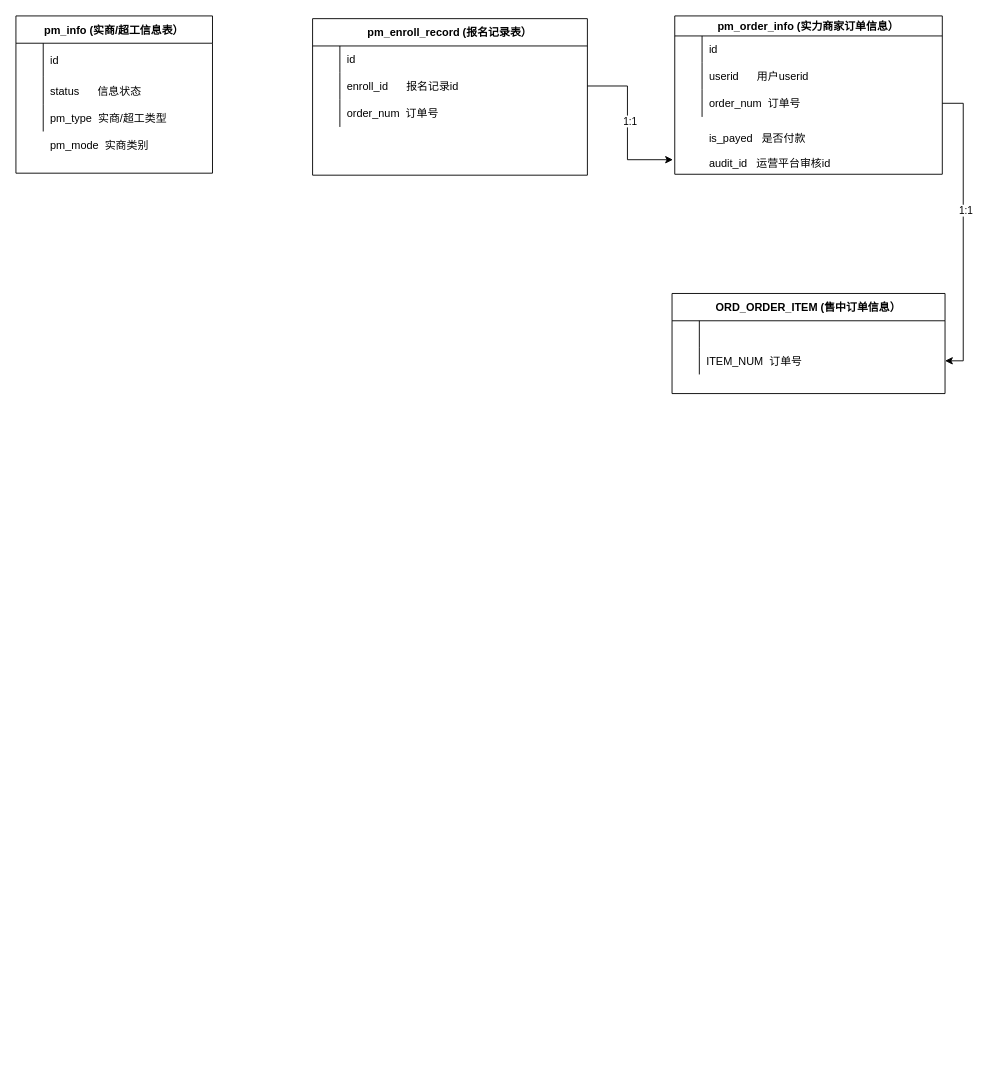
The draw.io diagram src/main/resources/超级工厂.drawio in pjmike/Java_Utils, before the edit. Source tidied: cells renumbered, new cells numbered last; positions are measured from the earlier drawing's top-left corner, leaving out a move shared by most shapes. Both pictures are drawn from the tidied source at 91%, with x=0, y=0 at pixel (15, 15).
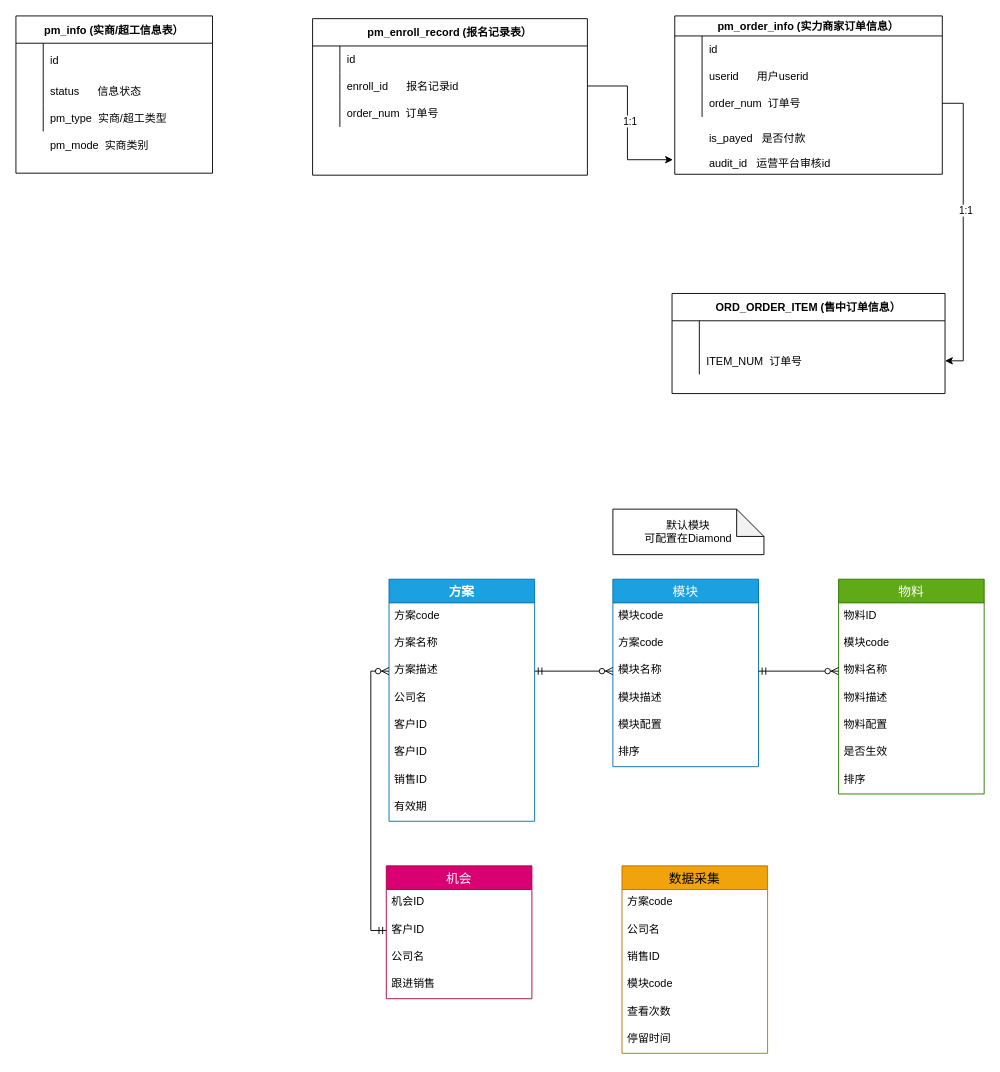
The same diagram, later.

The edit, as a diff of the source:
```diff
@@
+    <mxCell id="46" value="方案" style="swimlane;fontStyle=1;horizontal=1;startSize=26;align=center;fontSize=14;fillColor=#1ba1e2;strokeColor=#006EAF;fontColor=#ffffff;" parent="1" vertex="1">
+      <mxGeometry x="410" y="619" width="160" height="266" as="geometry" />
+    </mxCell>
+    <mxCell id="47" value="方案code" style="text;spacingLeft=4;spacingRight=4;overflow=hidden;fontSize=12;" parent="46" vertex="1">
+      <mxGeometry y="26" width="160" height="30" as="geometry" />
+    </mxCell>
+    <mxCell id="48" value="方案名称" style="text;spacingLeft=4;spacingRight=4;overflow=hidden;fontSize=12;" parent="46" vertex="1">
+      <mxGeometry y="56" width="160" height="30" as="geometry" />
+    </mxCell>
+    <mxCell id="49" value="方案描述" style="text;spacingLeft=4;spacingRight=4;overflow=hidden;points=[[0,0.5],[1,0.5]];portConstraint=eastwest;fontSize=12;" parent="46" vertex="1">
+      <mxGeometry y="86" width="160" height="30" as="geometry" />
+    </mxCell>
+    <mxCell id="50" value="公司名" style="text;spacingLeft=4;spacingRight=4;overflow=hidden;fontSize=12;" parent="46" vertex="1">
+      <mxGeometry y="116" width="160" height="30" as="geometry" />
+    </mxCell>
+    <mxCell id="51" value="客户ID" style="text;spacingLeft=4;spacingRight=4;overflow=hidden;fontSize=12;" parent="46" vertex="1">
+      <mxGeometry y="146" width="160" height="30" as="geometry" />
+    </mxCell>
+    <mxCell id="52" value="客户ID" style="text;spacingLeft=4;spacingRight=4;overflow=hidden;fontSize=12;" parent="46" vertex="1">
+      <mxGeometry y="176" width="160" height="30" as="geometry" />
+    </mxCell>
+    <mxCell id="53" value="销售ID" style="text;spacingLeft=4;spacingRight=4;overflow=hidden;fontSize=12;" parent="46" vertex="1">
+      <mxGeometry y="206" width="160" height="30" as="geometry" />
+    </mxCell>
+    <mxCell id="54" value="有效期" style="text;spacingLeft=4;spacingRight=4;overflow=hidden;fontSize=12;" parent="46" vertex="1">
+      <mxGeometry y="236" width="160" height="30" as="geometry" />
+    </mxCell>
+    <mxCell id="55" value="模块" style="swimlane;fontStyle=0;horizontal=1;startSize=26;align=center;fontSize=14;fillColor=#1ba1e2;strokeColor=#006EAF;fontColor=#ffffff;" parent="1" vertex="1">
+      <mxGeometry x="656" y="619" width="160" height="206" as="geometry" />
+    </mxCell>
+    <mxCell id="56" value="模块code" style="text;strokeColor=none;fillColor=none;spacingLeft=4;spacingRight=4;overflow=hidden;fontSize=12;" parent="55" vertex="1">
+      <mxGeometry y="26" width="160" height="30" as="geometry" />
+    </mxCell>
+    <mxCell id="57" value="方案code" style="text;strokeColor=none;fillColor=none;spacingLeft=4;spacingRight=4;overflow=hidden;fontSize=12;" parent="55" vertex="1">
+      <mxGeometry y="56" width="160" height="30" as="geometry" />
+    </mxCell>
+    <mxCell id="58" value="模块名称" style="text;strokeColor=none;fillColor=none;spacingLeft=4;spacingRight=4;overflow=hidden;points=[[0,0.5],[1,0.5]];portConstraint=eastwest;fontSize=12;" parent="55" vertex="1">
+      <mxGeometry y="86" width="160" height="30" as="geometry" />
+    </mxCell>
+    <mxCell id="59" value="模块描述" style="text;strokeColor=none;fillColor=none;spacingLeft=4;spacingRight=4;overflow=hidden;fontSize=12;" parent="55" vertex="1">
+      <mxGeometry y="116" width="160" height="30" as="geometry" />
+    </mxCell>
+    <mxCell id="60" value="模块配置" style="text;strokeColor=none;fillColor=none;spacingLeft=4;spacingRight=4;overflow=hidden;fontSize=12;" parent="55" vertex="1">
+      <mxGeometry y="146" width="160" height="30" as="geometry" />
+    </mxCell>
+    <mxCell id="61" value="排序" style="text;strokeColor=none;fillColor=none;spacingLeft=4;spacingRight=4;overflow=hidden;fontSize=12;" parent="55" vertex="1">
+      <mxGeometry y="176" width="160" height="30" as="geometry" />
+    </mxCell>
+    <mxCell id="62" style="edgeStyle=orthogonalEdgeStyle;rounded=0;jettySize=auto;html=1;entryX=0;entryY=0.5;entryDx=0;entryDy=0;startArrow=ERmandOne;startFill=0;endArrow=ERzeroToMany;endFill=1;" parent="1" edge="1" source="49" target="58">
+      <mxGeometry relative="1" as="geometry" />
+    </mxCell>
+    <mxCell id="63" value="物料" style="swimlane;fontStyle=0;horizontal=1;startSize=26;align=center;fontSize=14;fillColor=#60a917;strokeColor=#2D7600;fontColor=#ffffff;" parent="1" vertex="1">
+      <mxGeometry x="904" y="619" width="160" height="236" as="geometry" />
+    </mxCell>
+    <mxCell id="64" value="物料ID" style="text;strokeColor=none;fillColor=none;spacingLeft=4;spacingRight=4;overflow=hidden;fontSize=12;" parent="63" vertex="1">
+      <mxGeometry y="26" width="160" height="30" as="geometry" />
+    </mxCell>
+    <mxCell id="65" value="模块code" style="text;strokeColor=none;fillColor=none;spacingLeft=4;spacingRight=4;overflow=hidden;fontSize=12;" parent="63" vertex="1">
+      <mxGeometry y="56" width="160" height="30" as="geometry" />
+    </mxCell>
+    <mxCell id="66" value="物料名称" style="text;strokeColor=none;fillColor=none;spacingLeft=4;spacingRight=4;overflow=hidden;points=[[0,0.5],[1,0.5]];portConstraint=eastwest;fontSize=12;" parent="63" vertex="1">
+      <mxGeometry y="86" width="160" height="30" as="geometry" />
+    </mxCell>
+    <mxCell id="67" value="物料描述" style="text;strokeColor=none;fillColor=none;spacingLeft=4;spacingRight=4;overflow=hidden;fontSize=12;" parent="63" vertex="1">
+      <mxGeometry y="116" width="160" height="30" as="geometry" />
+    </mxCell>
+    <mxCell id="68" value="物料配置" style="text;strokeColor=none;fillColor=none;spacingLeft=4;spacingRight=4;overflow=hidden;fontSize=12;" parent="63" vertex="1">
+      <mxGeometry y="146" width="160" height="30" as="geometry" />
+    </mxCell>
+    <mxCell id="69" value="是否生效" style="text;strokeColor=none;fillColor=none;spacingLeft=4;spacingRight=4;overflow=hidden;fontSize=12;" parent="63" vertex="1">
+      <mxGeometry y="176" width="160" height="30" as="geometry" />
+    </mxCell>
+    <mxCell id="70" value="排序" style="text;strokeColor=none;fillColor=none;spacingLeft=4;spacingRight=4;overflow=hidden;fontSize=12;" parent="63" vertex="1">
+      <mxGeometry y="206" width="160" height="30" as="geometry" />
+    </mxCell>
+    <mxCell id="71" style="edgeStyle=orthogonalEdgeStyle;rounded=0;jettySize=auto;html=1;entryX=0;entryY=0.5;entryDx=0;entryDy=0;startArrow=ERmandOne;startFill=0;endArrow=ERzeroToMany;endFill=1;" parent="1" edge="1" source="58" target="66">
+      <mxGeometry relative="1" as="geometry" />
+    </mxCell>
+    <mxCell id="72" value="机会" style="swimlane;fontStyle=0;horizontal=1;startSize=26;align=center;fontSize=14;fillColor=#d80073;strokeColor=#A50040;fontColor=#ffffff;" parent="1" vertex="1">
+      <mxGeometry x="407" y="934" width="160" height="146" as="geometry" />
+    </mxCell>
+    <mxCell id="73" value="机会ID" style="text;strokeColor=none;fillColor=none;spacingLeft=4;spacingRight=4;overflow=hidden;fontSize=12;" parent="72" vertex="1">
+      <mxGeometry y="26" width="160" height="30" as="geometry" />
+    </mxCell>
+    <mxCell id="74" value="客户ID" style="text;strokeColor=none;fillColor=none;spacingLeft=4;spacingRight=4;overflow=hidden;points=[[0,0.5],[1,0.5]];portConstraint=eastwest;fontSize=12;" parent="72" vertex="1">
+      <mxGeometry y="56" width="160" height="30" as="geometry" />
+    </mxCell>
+    <mxCell id="75" value="公司名" style="text;strokeColor=none;fillColor=none;spacingLeft=4;spacingRight=4;overflow=hidden;fontSize=12;" parent="72" vertex="1">
+      <mxGeometry y="86" width="160" height="30" as="geometry" />
+    </mxCell>
+    <mxCell id="76" value="跟进销售" style="text;strokeColor=none;fillColor=none;spacingLeft=4;spacingRight=4;overflow=hidden;fontSize=12;" parent="72" vertex="1">
+      <mxGeometry y="116" width="160" height="30" as="geometry" />
+    </mxCell>
+    <mxCell id="77" style="edgeStyle=orthogonalEdgeStyle;rounded=0;jettySize=auto;html=1;entryX=0;entryY=0.5;entryDx=0;entryDy=0;startArrow=ERmandOne;startFill=0;endArrow=ERzeroToMany;endFill=1;" parent="1" edge="1" source="74" target="49">
+      <mxGeometry relative="1" as="geometry">
+        <Array as="points">
+          <mxPoint x="390" y="1005" />
+          <mxPoint x="390" y="720" />
+        </Array>
+      </mxGeometry>
+    </mxCell>
+    <mxCell id="78" value="默认模块&lt;br&gt;可配置在Diamond" style="shape=note;whiteSpace=wrap;html=1;backgroundOutline=1;darkOpacity=0.05;" parent="1" vertex="1">
+      <mxGeometry x="656" y="542" width="166" height="50" as="geometry" />
+    </mxCell>
+    <mxCell id="79" value="数据采集" style="swimlane;fontStyle=0;horizontal=1;startSize=26;align=center;fontSize=14;fillColor=#f0a30a;strokeColor=#BD7000;fontColor=#000000;" parent="1" vertex="1">
+      <mxGeometry x="666" y="934" width="160" height="206" as="geometry" />
+    </mxCell>
+    <mxCell id="80" value="方案code" style="text;strokeColor=none;fillColor=none;spacingLeft=4;spacingRight=4;overflow=hidden;fontSize=12;" parent="79" vertex="1">
+      <mxGeometry y="26" width="160" height="30" as="geometry" />
+    </mxCell>
+    <mxCell id="81" value="公司名" style="text;strokeColor=none;fillColor=none;spacingLeft=4;spacingRight=4;overflow=hidden;fontSize=12;" parent="79" vertex="1">
+      <mxGeometry y="56" width="160" height="30" as="geometry" />
+    </mxCell>
+    <mxCell id="82" value="销售ID" style="text;strokeColor=none;fillColor=none;spacingLeft=4;spacingRight=4;overflow=hidden;fontSize=12;" parent="79" vertex="1">
+      <mxGeometry y="86" width="160" height="30" as="geometry" />
+    </mxCell>
+    <mxCell id="83" value="模块code" style="text;strokeColor=none;fillColor=none;spacingLeft=4;spacingRight=4;overflow=hidden;fontSize=12;" parent="79" vertex="1">
+      <mxGeometry y="116" width="160" height="30" as="geometry" />
+    </mxCell>
+    <mxCell id="84" value="查看次数" style="text;strokeColor=none;fillColor=none;spacingLeft=4;spacingRight=4;overflow=hidden;fontSize=12;" parent="79" vertex="1">
+      <mxGeometry y="146" width="160" height="30" as="geometry" />
+    </mxCell>
+    <mxCell id="85" value="停留时间" style="text;strokeColor=none;fillColor=none;spacingLeft=4;spacingRight=4;overflow=hidden;fontSize=12;" parent="79" vertex="1">
+      <mxGeometry y="176" width="160" height="30" as="geometry" />
+    </mxCell>
```
